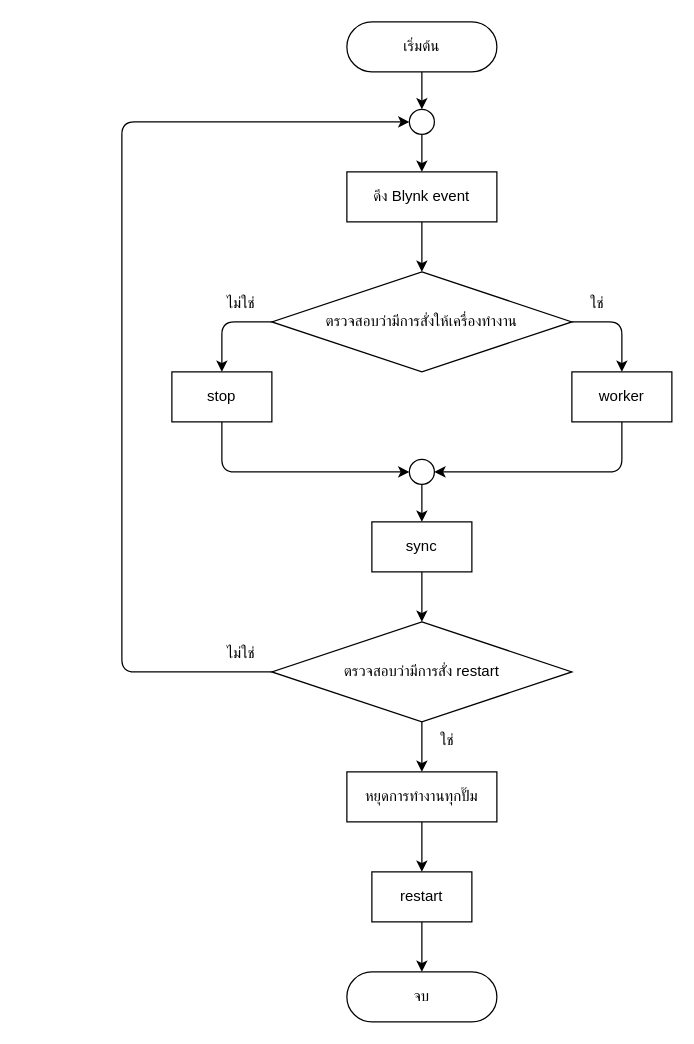
Above: page "loop" (2 of 7) of flowcharts/hardware.drawio in thestampr/pHConditioner (draw.io), before the change. Source tidied: cells renumbered, new cells numbered last; positions are measured from the earlier drawing's top-left corner, leaving out a move shared by most shapes. Both pictures are drawn from the tidied source at 125%, with x=0, y=0 at pixel (21, 21).
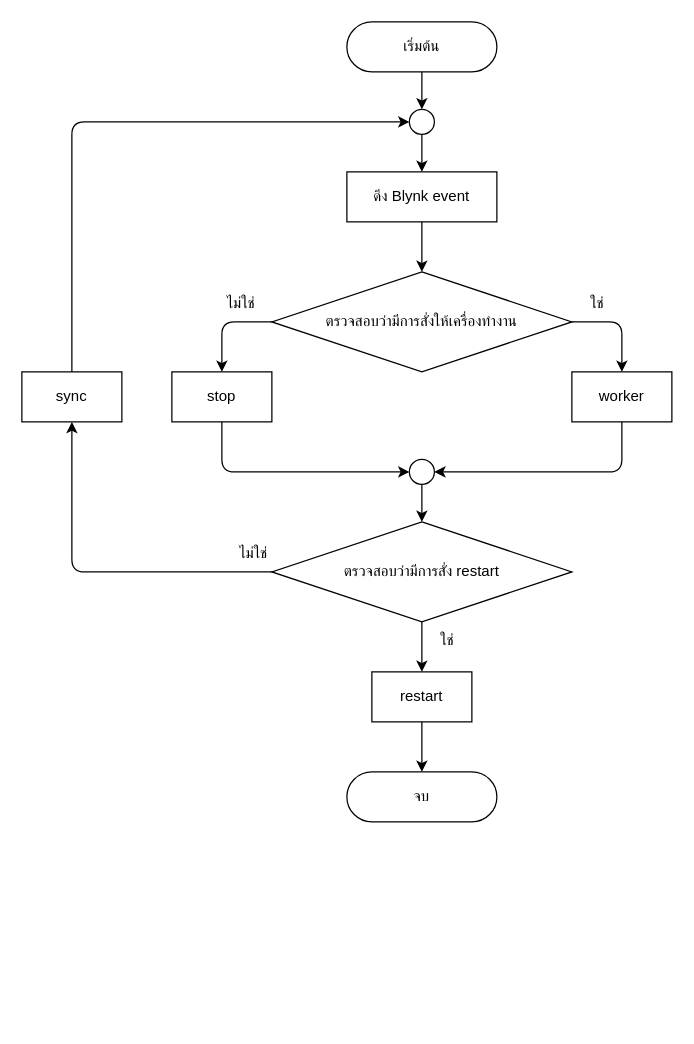
Above is the later version.

Unchanged cells that the change refers to:
```xml
<mxCell id="4" style="ellipse;whiteSpace=wrap;html=1;labelBackgroundColor=none;strokeColor=#000000;fontColor=#000000;fillColor=none;" parent="1" vertex="1">
  <mxGeometry x="310" y="70" width="20" height="20" as="geometry" />
</mxCell>
<mxCell id="9" style="ellipse;whiteSpace=wrap;html=1;labelBackgroundColor=none;strokeColor=#000000;fontColor=#000000;fillColor=none;" parent="1" vertex="1">
  <mxGeometry x="310" y="350" width="20" height="20" as="geometry" />
</mxCell>
```

Diff of the diagram source:
```diff
@@
-    <mxCell id="8" style="edgeStyle=none;html=1;strokeColor=#000000;fontColor=#000000;endArrow=classic;endFill=1;entryX=0.5;entryY=0;entryDx=0;entryDy=0;entryPerimeter=0;" parent="1" edge="1" source="9" target="30">
+    <mxCell id="8" style="edgeStyle=none;html=1;strokeColor=#000000;fontColor=#000000;endArrow=classic;endFill=1;entryX=0.5;entryY=0;entryDx=0;entryDy=0;" parent="1" edge="1" source="9" target="20">
       <mxGeometry relative="1" as="geometry" />
     </mxCell>
@@
-    <mxCell id="18" style="edgeStyle=none;html=1;strokeColor=#000000;fontColor=#000000;endArrow=classic;endFill=1;entryX=0;entryY=0.5;entryDx=0;entryDy=0;" parent="1" edge="1" source="20" target="4">
-      <mxGeometry relative="1" as="geometry">
-        <Array as="points">
-          <mxPoint x="80" y="520" />
-          <mxPoint x="80" y="80" />
-        </Array>
-      </mxGeometry>
-    </mxCell>
-    <mxCell id="19" style="edgeStyle=none;html=1;strokeColor=#000000;fontColor=#000000;endArrow=classic;endFill=1;" parent="1" edge="1" source="20">
-      <mxGeometry relative="1" as="geometry">
-        <mxPoint x="320" y="600" as="targetPoint" />
-      </mxGeometry>
+    <mxCell id="19" style="edgeStyle=none;html=1;strokeColor=#000000;fontColor=#000000;endArrow=classic;endFill=1;entryX=0.5;entryY=0;entryDx=0;entryDy=0;" parent="1" edge="1" source="20" target="27">
+      <mxGeometry relative="1" as="geometry" />
     </mxCell>
+    <mxCell id="33" style="edgeStyle=none;html=1;strokeColor=#000000;entryX=0.5;entryY=1;entryDx=0;entryDy=0;" parent="1" edge="1" source="20" target="30">
+      <mxGeometry relative="1" as="geometry">
+        <Array as="points">
+          <mxPoint x="40" y="440" />
+        </Array>
+      </mxGeometry>
+    </mxCell>
     <mxCell id="20" value="ตรวจสอบว่ามีการสั่ง restart" style="rhombus;whiteSpace=wrap;html=1;rounded=0;labelBackgroundColor=none;comic=0;strokeColor=#000000;fontColor=#000000;fillColor=none;" parent="1" vertex="1">
-      <mxGeometry x="200" y="480" width="240" height="80" as="geometry" />
+      <mxGeometry x="200" y="400" width="240" height="80" as="geometry" />
     </mxCell>
-    <mxCell id="21" style="edgeStyle=none;jettySize=auto;html=1;strokeColor=#000000;fontColor=#000000;endArrow=classic;endFill=1;entryX=0.5;entryY=0;entryDx=0;entryDy=0;exitX=0.5;exitY=1;exitDx=0;exitDy=0;" parent="1" edge="1" source="30" target="20">
-      <mxGeometry relative="1" as="geometry" />
-    </mxCell>
     <mxCell id="22" value="ใช่" style="text;html=1;align=center;verticalAlign=middle;strokeColor=none;fillColor=none;fontColor=#000000;" parent="1" vertex="1">
-      <mxGeometry x="320" y="560" width="40" height="30" as="geometry" />
+      <mxGeometry x="320" y="480" width="40" height="30" as="geometry" />
     </mxCell>
     <mxCell id="23" value="ไม่ใช่" style="text;html=1;align=center;verticalAlign=middle;strokeColor=none;fillColor=none;fontColor=#000000;" parent="1" vertex="1">
-      <mxGeometry x="150" y="490" width="50" height="30" as="geometry" />
+      <mxGeometry x="160" y="410" width="50" height="30" as="geometry" />
     </mxCell>
-    <mxCell id="24" style="edgeStyle=none;html=1;strokeColor=#000000;fontColor=#000000;endArrow=classic;endFill=1;" parent="1" edge="1" source="25" target="27">
-      <mxGeometry relative="1" as="geometry" />
-    </mxCell>
-    <mxCell id="25" value="หยุดการทำงานทุกปั๊ม" style="whiteSpace=wrap;html=1;rounded=0;labelBackgroundColor=none;comic=0;strokeColor=#000000;fontColor=#000000;fillColor=none;" parent="1" vertex="1">
-      <mxGeometry x="260" y="600" width="120" height="40" as="geometry" />
-    </mxCell>
     <mxCell id="26" style="edgeStyle=none;html=1;strokeColor=#000000;fontColor=#000000;endArrow=classic;endFill=1;" parent="1" edge="1" source="27">
       <mxGeometry relative="1" as="geometry">
-        <mxPoint x="320" y="760" as="targetPoint" />
+        <mxPoint x="320" y="600" as="targetPoint" />
       </mxGeometry>
     </mxCell>
     <mxCell id="27" value="restart" style="whiteSpace=wrap;html=1;rounded=0;labelBackgroundColor=none;comic=0;strokeColor=#000000;fontColor=#000000;fillColor=none;" parent="1" vertex="1">
-      <mxGeometry x="280" y="680" width="80" height="40" as="geometry" />
+      <mxGeometry x="280" y="520" width="80" height="40" as="geometry" />
     </mxCell>
     <mxCell id="28" value="จบ" style="rounded=1;whiteSpace=wrap;html=1;fontSize=12;glass=0;strokeWidth=1;shadow=0;arcSize=50;fillColor=none;strokeColor=#000000;fontColor=#000000;" parent="1" vertex="1">
-      <mxGeometry x="260" y="760" width="120" height="40" as="geometry" />
+      <mxGeometry x="260" y="600" width="120" height="40" as="geometry" />
     </mxCell>
@@
-    <mxCell id="30" value="sync" style="whiteSpace=wrap;html=1;rounded=0;labelBackgroundColor=none;comic=0;strokeColor=#000000;fontColor=#000000;fillColor=none;" parent="1" vertex="1">
-      <mxGeometry x="280" y="400" width="80" height="40" as="geometry" />
-    </mxCell>
@@
+    <mxCell id="34" style="edgeStyle=none;html=1;strokeColor=#000000;entryX=0;entryY=0.5;entryDx=0;entryDy=0;" parent="1" edge="1" source="30" target="4">
+      <mxGeometry relative="1" as="geometry">
+        <Array as="points">
+          <mxPoint x="40" y="80" />
+        </Array>
+      </mxGeometry>
+    </mxCell>
+    <mxCell id="30" value="sync" style="whiteSpace=wrap;html=1;rounded=0;labelBackgroundColor=none;comic=0;strokeColor=#000000;fontColor=#000000;fillColor=none;" parent="1" vertex="1">
+      <mxGeometry y="280" width="80" height="40" as="geometry" />
+    </mxCell>
```
